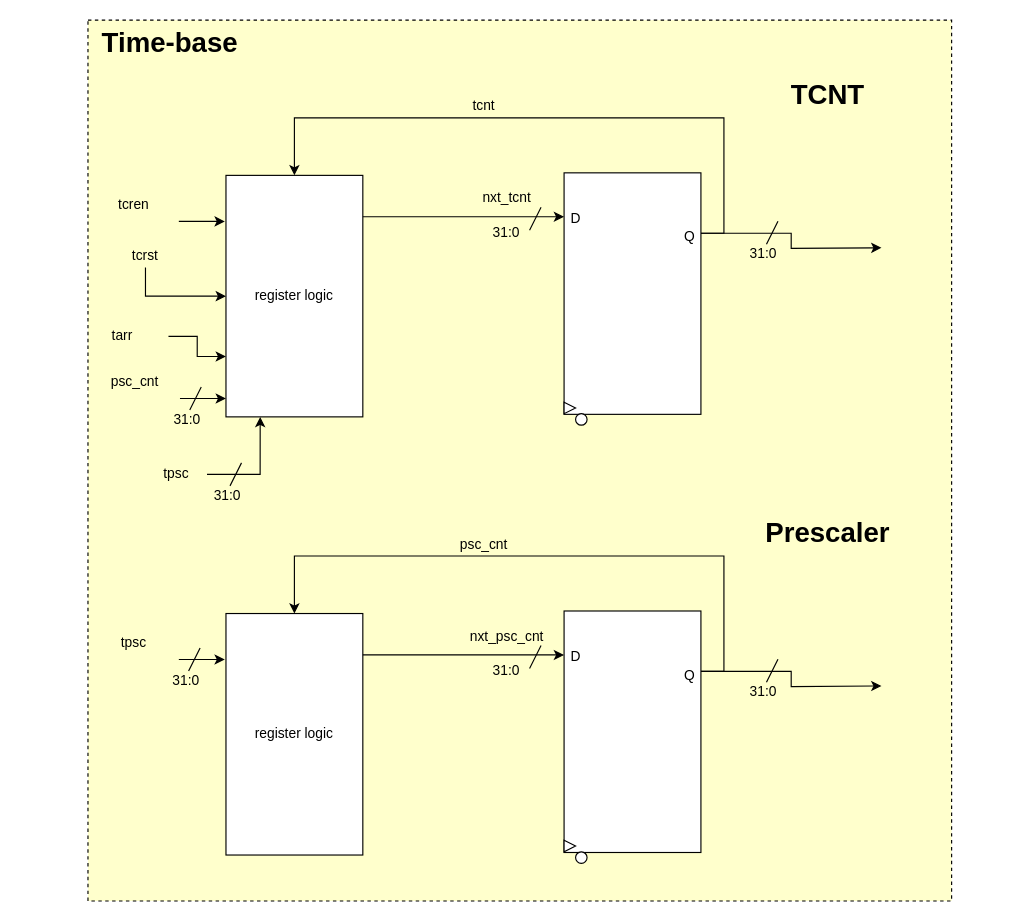
leung55/SoCET keeps this draw.io diagram as page "Time-Base" (3 of 4) of Timer/Timer.drawio. Above is the earlier version. Source tidied: cells renumbered, new cells numbered last; positions are measured from the earlier drawing's top-left corner, leaving out a move shared by most shapes. Both pictures are drawn from the tidied source at 115%, with x=0, y=0 at pixel (64, 20).
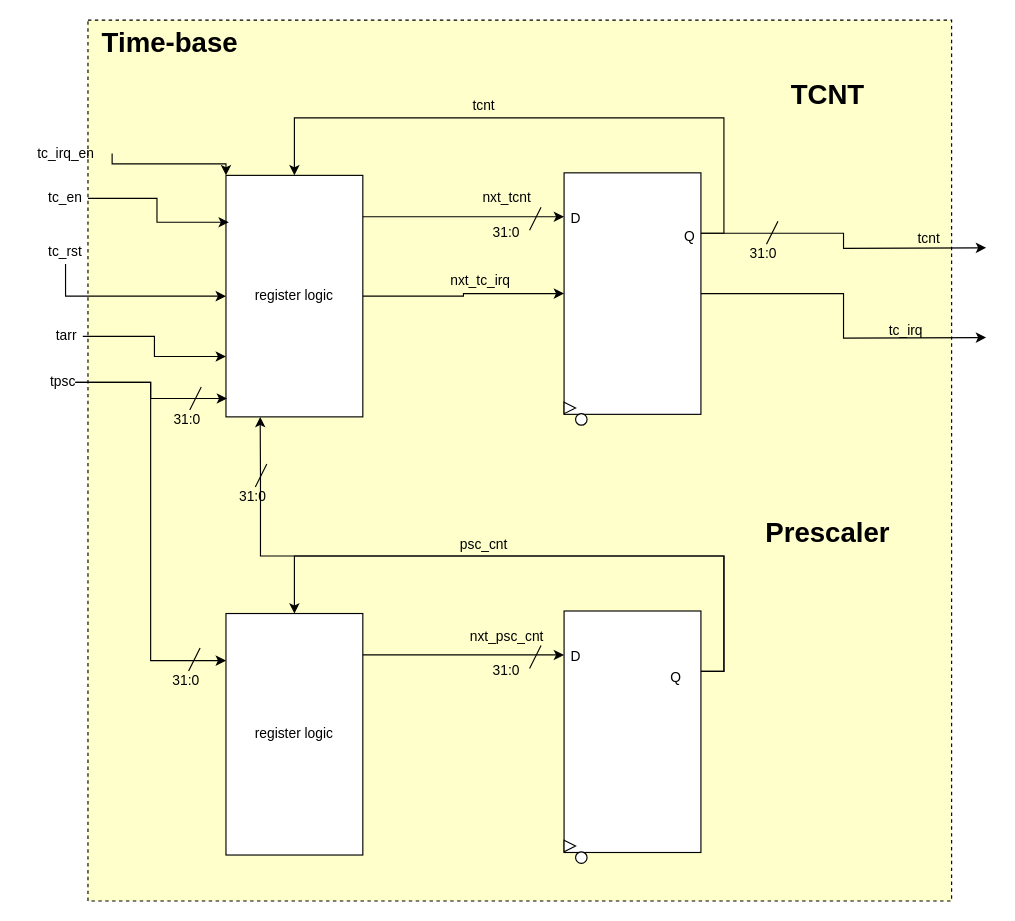
After the change.

Unchanged cells that the change refers to:
```xml
<mxCell id="6" value="register logic" style="rounded=0;whiteSpace=wrap;html=1;" parent="1" vertex="1">
  <mxGeometry x="140" y="135" width="119" height="210" as="geometry" />
</mxCell>
<mxCell id="12" style="rounded=0;whiteSpace=wrap;html=1;" parent="1" vertex="1">
  <mxGeometry x="434" y="132.8" width="119" height="210" as="geometry" />
</mxCell>
<mxCell id="28" value="register logic" style="rounded=0;whiteSpace=wrap;html=1;" parent="1" vertex="1">
  <mxGeometry x="140" y="516" width="119" height="210" as="geometry" />
</mxCell>
<mxCell id="34" style="rounded=0;whiteSpace=wrap;html=1;" parent="1" vertex="1">
  <mxGeometry x="434" y="513.8" width="119" height="210" as="geometry" />
</mxCell>
```

The edit, as a diff of the source:
```diff
@@
-    <mxCell id="4" style="endArrow=classic;html=1;" parent="1" edge="1">
-      <mxGeometry relative="1" as="geometry">
-        <mxPoint x="99" y="175" as="sourcePoint" />
-        <mxPoint x="139" y="175" as="targetPoint" />
-      </mxGeometry>
-    </mxCell>
-    <mxCell id="5" value="tcren" style="text;html=1;strokeColor=none;fillColor=none;align=center;verticalAlign=middle;whiteSpace=wrap;rounded=0;" parent="1" vertex="1">
-      <mxGeometry y="151" width="120" height="20" as="geometry" />
+    <mxCell id="5" value="tc_en" style="text;html=1;strokeColor=none;fillColor=none;align=center;verticalAlign=middle;whiteSpace=wrap;rounded=0;" parent="1" vertex="1">
+      <mxGeometry x="-19" y="145" width="39" height="20" as="geometry" />
     </mxCell>
+    <mxCell id="54" style="edgeStyle=orthogonalEdgeStyle;rounded=0;jettySize=auto;html=1;exitX=1;exitY=0.5;exitDx=0;exitDy=0;entryX=0;entryY=0.5;entryDx=0;entryDy=0;" parent="1" edge="1" source="6" target="12">
+      <mxGeometry relative="1" as="geometry" />
+    </mxCell>
@@
     <mxCell id="11" style="edgeStyle=orthogonalEdgeStyle;rounded=0;jettySize=auto;html=1;exitX=1;exitY=0.25;exitDx=0;exitDy=0;" parent="1" edge="1" source="12">
       <mxGeometry relative="1" as="geometry">
-        <mxPoint x="710" y="198" as="targetPoint" />
+        <mxPoint x="801" y="198" as="targetPoint" />
       </mxGeometry>
     </mxCell>
+    <mxCell id="55" style="edgeStyle=orthogonalEdgeStyle;rounded=0;jettySize=auto;html=1;exitX=1;exitY=0.5;exitDx=0;exitDy=0;" parent="1" edge="1" source="12">
+      <mxGeometry relative="1" as="geometry">
+        <mxPoint x="801" y="276" as="targetPoint" />
+      </mxGeometry>
+    </mxCell>
@@
-    <mxCell id="22" value="tcrst" style="text;html=1;strokeColor=none;fillColor=none;align=center;verticalAlign=middle;whiteSpace=wrap;rounded=0;" parent="1" vertex="1">
-      <mxGeometry x="30" y="195" width="80" height="20" as="geometry" />
+    <mxCell id="22" value="tc_rst" style="text;html=1;strokeColor=none;fillColor=none;align=center;verticalAlign=middle;whiteSpace=wrap;rounded=0;" parent="1" vertex="1">
+      <mxGeometry x="-24" y="192" width="49" height="20" as="geometry" />
     </mxCell>
@@
     <mxCell id="24" value="tarr" style="text;html=1;strokeColor=none;fillColor=none;align=center;verticalAlign=middle;whiteSpace=wrap;rounded=0;" parent="1" vertex="1">
-      <mxGeometry x="10" y="265" width="80" height="20" as="geometry" />
+      <mxGeometry x="-13.5" y="265" width="29" height="20" as="geometry" />
     </mxCell>
@@
-    <mxCell id="26" style="endArrow=classic;html=1;" parent="1" edge="1">
-      <mxGeometry relative="1" as="geometry">
-        <mxPoint x="99" y="556" as="sourcePoint" />
-        <mxPoint x="139" y="556" as="targetPoint" />
-      </mxGeometry>
-    </mxCell>
-    <mxCell id="27" value="tpsc" style="text;html=1;strokeColor=none;fillColor=none;align=center;verticalAlign=middle;whiteSpace=wrap;rounded=0;" parent="1" vertex="1">
-      <mxGeometry y="532" width="120" height="20" as="geometry" />
-    </mxCell>
@@
-    <mxCell id="33" style="edgeStyle=orthogonalEdgeStyle;rounded=0;jettySize=auto;html=1;exitX=1;exitY=0.25;exitDx=0;exitDy=0;" parent="1" edge="1" source="34">
-      <mxGeometry relative="1" as="geometry">
-        <mxPoint x="710" y="579" as="targetPoint" />
-      </mxGeometry>
-    </mxCell>
@@
-    <mxCell id="37" style="endArrow=none;html=1;" parent="1" edge="1">
-      <mxGeometry relative="1" as="geometry">
-        <mxPoint x="610" y="575.8" as="sourcePoint" />
-        <mxPoint x="620" y="555.8" as="targetPoint" />
-      </mxGeometry>
-    </mxCell>
@@
-    <mxCell id="39" value="&lt;div&gt;31:0&lt;/div&gt;" style="text;html=1;strokeColor=none;fillColor=none;align=center;verticalAlign=middle;whiteSpace=wrap;rounded=0;" parent="1" vertex="1">
-      <mxGeometry x="590" y="571.8" width="35" height="25" as="geometry" />
-    </mxCell>
@@
     <mxCell id="41" value="Q" style="text;html=1;align=center;verticalAlign=middle;strokeColor=none;fillColor=none;" parent="1" vertex="1">
-      <mxGeometry x="533" y="559.8" width="20" height="20" as="geometry" />
+      <mxGeometry x="521" y="562" width="20" height="20" as="geometry" />
     </mxCell>
@@
-    <mxCell id="46" style="endArrow=classic;html=1;" parent="1" edge="1">
-      <mxGeometry relative="1" as="geometry">
-        <mxPoint x="100" y="329" as="sourcePoint" />
-        <mxPoint x="140" y="329" as="targetPoint" />
-      </mxGeometry>
-    </mxCell>
-    <mxCell id="47" value="psc_cnt" style="text;html=1;strokeColor=none;fillColor=none;align=center;verticalAlign=middle;whiteSpace=wrap;rounded=0;" parent="1" vertex="1">
-      <mxGeometry x="1" y="305" width="120" height="20" as="geometry" />
-    </mxCell>
@@
-    <mxCell id="50" style="edgeStyle=orthogonalEdgeStyle;rounded=0;jettySize=auto;html=1;exitX=1;exitY=0.5;exitDx=0;exitDy=0;entryX=0.25;entryY=1;entryDx=0;entryDy=0;" parent="1" edge="1" source="51" target="6">
-      <mxGeometry relative="1" as="geometry" />
-    </mxCell>
     <mxCell id="51" value="tpsc" style="text;html=1;strokeColor=none;fillColor=none;align=center;verticalAlign=middle;whiteSpace=wrap;rounded=0;" parent="1" vertex="1">
-      <mxGeometry x="70" y="385" width="53.5" height="20" as="geometry" />
+      <mxGeometry x="-13.5" y="305" width="22.5" height="20" as="geometry" />
     </mxCell>
     <mxCell id="52" style="endArrow=none;html=1;" parent="1" edge="1">
       <mxGeometry relative="1" as="geometry">
-        <mxPoint x="143.5" y="405" as="sourcePoint" />
-        <mxPoint x="153.5" y="385" as="targetPoint" />
+        <mxPoint x="165.5" y="406" as="sourcePoint" />
+        <mxPoint x="175.5" y="386" as="targetPoint" />
       </mxGeometry>
     </mxCell>
     <mxCell id="53" value="&lt;div&gt;31:0&lt;/div&gt;" style="text;html=1;strokeColor=none;fillColor=none;align=center;verticalAlign=middle;whiteSpace=wrap;rounded=0;" parent="1" vertex="1">
-      <mxGeometry x="123.5" y="401" width="35" height="25" as="geometry" />
+      <mxGeometry x="145.5" y="402" width="35" height="25" as="geometry" />
     </mxCell>
+    <mxCell id="56" value="tcnt" style="text;html=1;align=center;verticalAlign=middle;strokeColor=none;fillColor=none;" parent="1" vertex="1">
+      <mxGeometry x="731" y="175" width="40" height="30" as="geometry" />
+    </mxCell>
+    <mxCell id="57" value="tc_irq" style="text;html=1;align=center;verticalAlign=middle;strokeColor=none;fillColor=none;" parent="1" vertex="1">
+      <mxGeometry x="706" y="255" width="50" height="30" as="geometry" />
+    </mxCell>
+    <mxCell id="58" value="nxt_tc_irq" style="text;html=1;align=center;verticalAlign=middle;strokeColor=none;fillColor=none;" parent="1" vertex="1">
+      <mxGeometry x="321" y="212" width="80" height="30" as="geometry" />
+    </mxCell>
+    <mxCell id="59" style="edgeStyle=orthogonalEdgeStyle;rounded=0;jettySize=auto;html=1;exitX=1;exitY=0.5;exitDx=0;exitDy=0;entryX=0;entryY=0;entryDx=0;entryDy=0;" parent="1" edge="1" source="60" target="6">
+      <mxGeometry relative="1" as="geometry">
+        <Array as="points">
+          <mxPoint x="140" y="125" />
+        </Array>
+      </mxGeometry>
+    </mxCell>
+    <mxCell id="60" value="tc_irq_en" style="text;html=1;strokeColor=none;fillColor=none;align=center;verticalAlign=middle;whiteSpace=wrap;rounded=0;" parent="1" vertex="1">
+      <mxGeometry x="-39" y="106" width="80" height="20" as="geometry" />
+    </mxCell>
+    <mxCell id="61" style="edgeStyle=orthogonalEdgeStyle;rounded=0;jettySize=auto;html=1;exitX=1;exitY=0.5;exitDx=0;exitDy=0;entryX=0.021;entryY=0.194;entryDx=0;entryDy=0;entryPerimeter=0;" parent="1" edge="1" source="5" target="6">
+      <mxGeometry relative="1" as="geometry" />
+    </mxCell>
+    <mxCell id="62" style="edgeStyle=orthogonalEdgeStyle;rounded=0;jettySize=auto;html=1;exitX=1;exitY=0.25;exitDx=0;exitDy=0;entryX=0.25;entryY=1;entryDx=0;entryDy=0;" parent="1" edge="1" source="34" target="6">
+      <mxGeometry relative="1" as="geometry">
+        <Array as="points">
+          <mxPoint x="573" y="566" />
+          <mxPoint x="573" y="466" />
+          <mxPoint x="170" y="466" />
+          <mxPoint x="170" y="396" />
+        </Array>
+      </mxGeometry>
+    </mxCell>
+    <mxCell id="50" style="edgeStyle=orthogonalEdgeStyle;rounded=0;jettySize=auto;html=1;exitX=1;exitY=0.5;exitDx=0;exitDy=0;entryX=0.008;entryY=0.924;entryDx=0;entryDy=0;entryPerimeter=0;" parent="1" edge="1" source="51" target="6">
+      <mxGeometry relative="1" as="geometry" />
+    </mxCell>
+    <mxCell id="63" style="edgeStyle=orthogonalEdgeStyle;rounded=0;jettySize=auto;html=1;exitX=1;exitY=0.5;exitDx=0;exitDy=0;entryX=0;entryY=0.195;entryDx=0;entryDy=0;entryPerimeter=0;" parent="1" edge="1" source="51" target="28">
+      <mxGeometry relative="1" as="geometry" />
+    </mxCell>
```
